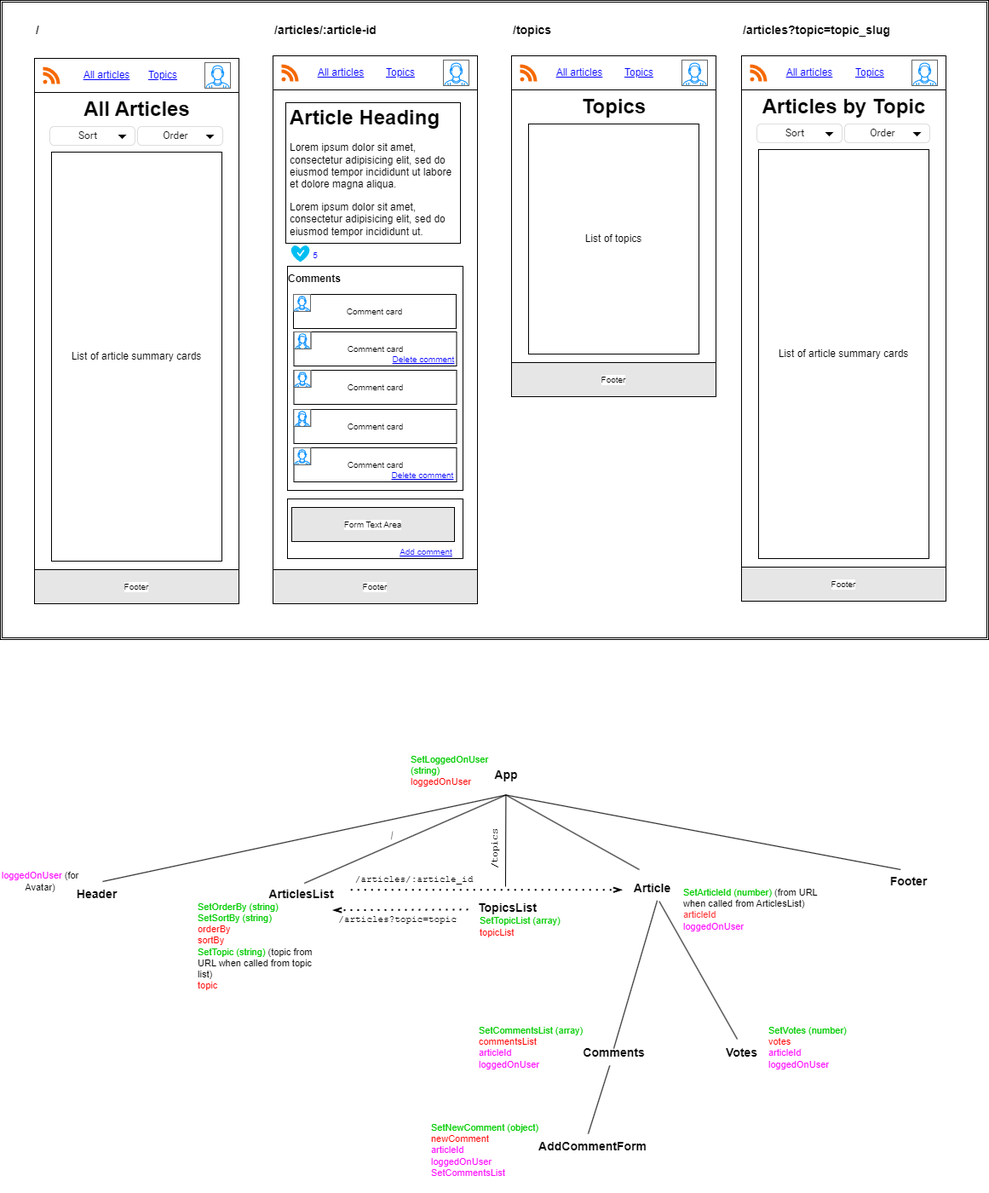
Above: plan.png in marcusyoung/nc-news (draw.io), before the change. Source tidied: cells renumbered, new cells last; positions are measured from the earlier drawing's top-left corner, leaving out a move shared by most shapes.
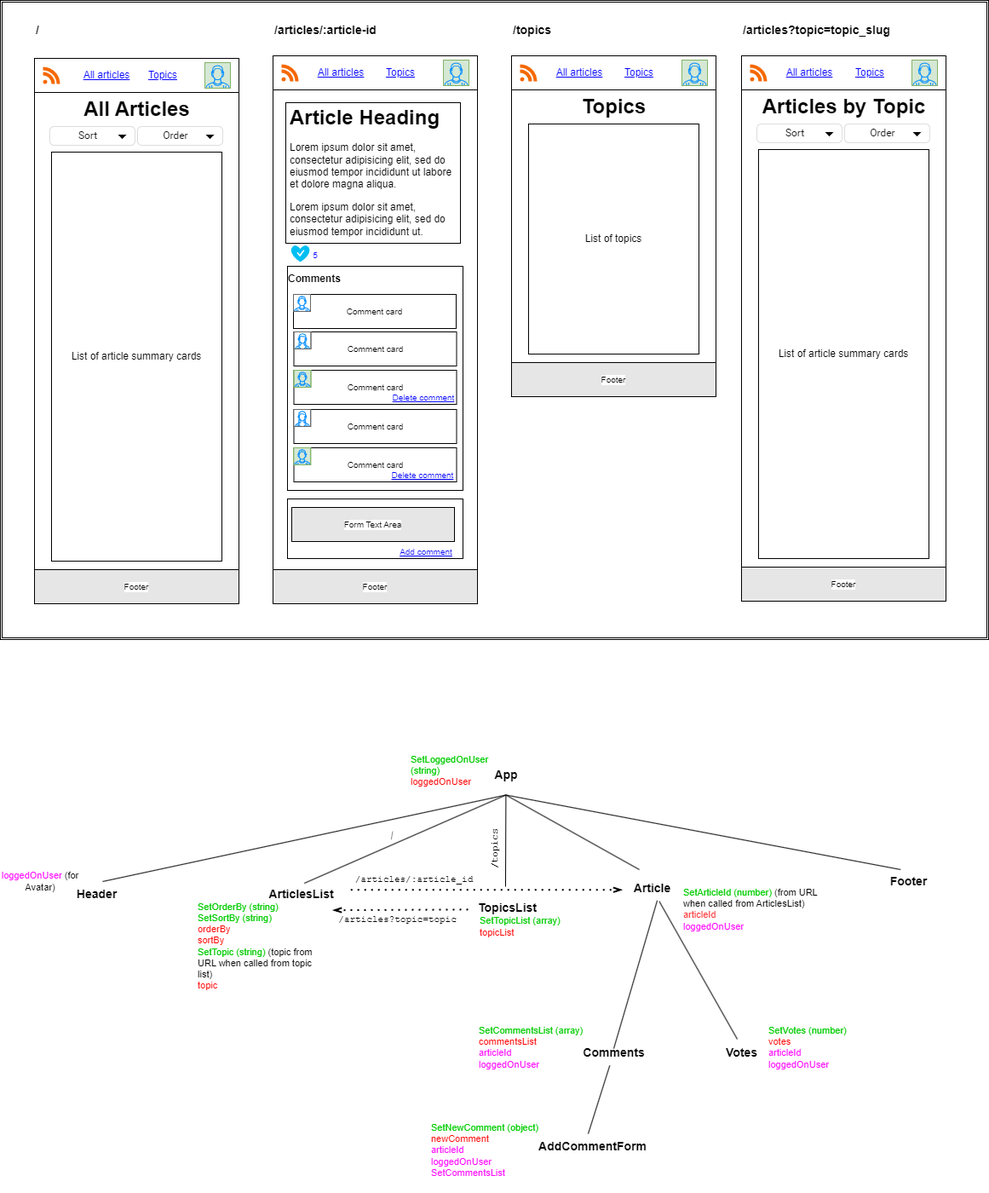
Later version of the same file.

Commit message:
update app plan

The edit, as a diff of the source:
```diff
@@ -26,7 +26,7 @@
     <mxCell id="9" value="All Articles" style="text;strokeColor=none;fillColor=none;html=1;fontSize=24;fontStyle=1;verticalAlign=middle;align=center;" parent="3" vertex="1">
       <mxGeometry x="70" y="40" width="100" height="40" as="geometry" />
     </mxCell>
-    <mxCell id="10" style="verticalLabelPosition=bottom;shadow=0;dashed=0;align=center;html=1;verticalAlign=top;strokeWidth=1;shape=mxgraph.mockup.containers.userMale;strokeColor=#666666;strokeColor2=#008cff;fontColor=#000000;" parent="3" vertex="1">
+    <mxCell id="10" style="verticalLabelPosition=bottom;shadow=0;dashed=0;align=center;html=1;verticalAlign=top;strokeWidth=1;shape=mxgraph.mockup.containers.userMale;strokeColor=#82b366;strokeColor2=#008cff;fillColor=#d5e8d4;" parent="3" vertex="1">
       <mxGeometry x="200" y="5" width="30" height="30" as="geometry" />
     </mxCell>
     <mxCell id="11" value="Footer" style="rounded=0;whiteSpace=wrap;html=1;labelBackgroundColor=default;strokeColor=default;fontSize=10;fontColor=#000000;fillColor=#E6E6E6;" parent="3" vertex="1">
@@ -69,7 +69,7 @@
     <mxCell id="22" value="Topics" style="text;strokeColor=none;fillColor=none;html=1;fontSize=24;fontStyle=1;verticalAlign=middle;align=center;" parent="16" vertex="1">
       <mxGeometry x="70" y="40" width="100" height="40" as="geometry" />
     </mxCell>
-    <mxCell id="23" style="verticalLabelPosition=bottom;shadow=0;dashed=0;align=center;html=1;verticalAlign=top;strokeWidth=1;shape=mxgraph.mockup.containers.userMale;strokeColor=#666666;strokeColor2=#008cff;fontColor=#000000;" parent="16" vertex="1">
+    <mxCell id="23" style="verticalLabelPosition=bottom;shadow=0;dashed=0;align=center;html=1;verticalAlign=top;strokeWidth=1;shape=mxgraph.mockup.containers.userMale;strokeColor=#82b366;strokeColor2=#008cff;fillColor=#d5e8d4;" parent="16" vertex="1">
       <mxGeometry x="200" y="5" width="30" height="30" as="geometry" />
     </mxCell>
     <mxCell id="24" value="Footer" style="rounded=0;whiteSpace=wrap;html=1;labelBackgroundColor=default;strokeColor=default;fontSize=10;fontColor=#000000;fillColor=#E6E6E6;" parent="16" vertex="1">
@@ -102,7 +102,7 @@
     <mxCell id="33" value="Comments" style="text;html=1;strokeColor=none;fillColor=none;align=center;verticalAlign=middle;whiteSpace=wrap;rounded=0;fontColor=#000000;fontStyle=1;" parent="25" vertex="1">
       <mxGeometry x="19" y="247" width="60" height="30" as="geometry" />
     </mxCell>
-    <mxCell id="34" style="verticalLabelPosition=bottom;shadow=0;dashed=0;align=center;html=1;verticalAlign=top;strokeWidth=1;shape=mxgraph.mockup.containers.userMale;strokeColor=#666666;strokeColor2=#008cff;fontColor=#000000;" parent="25" vertex="1">
+    <mxCell id="34" style="verticalLabelPosition=bottom;shadow=0;dashed=0;align=center;html=1;verticalAlign=top;strokeWidth=1;shape=mxgraph.mockup.containers.userMale;strokeColor=#82b366;strokeColor2=#008cff;fillColor=#d5e8d4;" parent="25" vertex="1">
       <mxGeometry x="200" y="5" width="30" height="30" as="geometry" />
     </mxCell>
     <mxCell id="35" style="verticalLabelPosition=bottom;html=1;verticalAlign=top;align=center;strokeColor=none;fillColor=#00BEF2;shape=mxgraph.azure.healthy;labelBackgroundColor=default;fontSize=10;fontColor=#0000FF;" parent="25" vertex="1">
@@ -132,10 +132,10 @@
     <mxCell id="43" value="Footer" style="rounded=0;whiteSpace=wrap;html=1;labelBackgroundColor=default;strokeColor=default;fontSize=10;fontColor=#000000;fillColor=#E6E6E6;" parent="25" vertex="1">
       <mxGeometry y="603" width="240" height="40" as="geometry" />
     </mxCell>
-    <mxCell id="44" style="verticalLabelPosition=bottom;shadow=0;dashed=0;align=center;html=1;verticalAlign=top;strokeWidth=1;shape=mxgraph.mockup.containers.userMale;strokeColor=#666666;strokeColor2=#008cff;fontColor=#000000;" parent="25" vertex="1">
+    <mxCell id="44" style="verticalLabelPosition=bottom;shadow=0;dashed=0;align=center;html=1;verticalAlign=top;strokeWidth=1;shape=mxgraph.mockup.containers.userMale;strokeColor=#82b366;strokeColor2=#008cff;fillColor=#d5e8d4;" parent="25" vertex="1">
       <mxGeometry x="24.5" y="369" width="20" height="20" as="geometry" />
     </mxCell>
-    <mxCell id="45" style="verticalLabelPosition=bottom;shadow=0;dashed=0;align=center;html=1;verticalAlign=top;strokeWidth=1;shape=mxgraph.mockup.containers.userMale;strokeColor=#666666;strokeColor2=#008cff;fontColor=#000000;" parent="25" vertex="1">
+    <mxCell id="45" style="verticalLabelPosition=bottom;shadow=0;dashed=0;align=center;html=1;verticalAlign=top;strokeWidth=1;shape=mxgraph.mockup.containers.userMale;strokeColor=#82b366;strokeColor2=#008cff;fillColor=#d5e8d4;" parent="25" vertex="1">
       <mxGeometry x="24.2" y="460" width="20" height="20" as="geometry" />
     </mxCell>
     <mxCell id="46" style="verticalLabelPosition=bottom;shadow=0;dashed=0;align=center;html=1;verticalAlign=top;strokeWidth=1;shape=mxgraph.mockup.containers.userFemale;strokeColor=#666666;strokeColor2=#008cff;" parent="25" vertex="1">
@@ -144,15 +144,15 @@
     <mxCell id="47" style="verticalLabelPosition=bottom;shadow=0;dashed=0;align=center;html=1;verticalAlign=top;strokeWidth=1;shape=mxgraph.mockup.containers.userFemale;strokeColor=#666666;strokeColor2=#008cff;" parent="25" vertex="1">
       <mxGeometry x="24.2" y="415" width="20" height="20" as="geometry" />
     </mxCell>
+    <mxCell id="50" value="Delete comment" style="text;html=1;strokeColor=none;fillColor=none;align=center;verticalAlign=middle;whiteSpace=wrap;rounded=0;fontColor=#0000FF;fontStyle=4;fontSize=10;" parent="25" vertex="1">
+      <mxGeometry x="132" y="386" width="90" height="30" as="geometry" />
+    </mxCell>
     <mxCell id="48" value="Add comment" style="text;html=1;strokeColor=none;fillColor=none;align=center;verticalAlign=middle;whiteSpace=wrap;rounded=0;fontColor=#0000FF;fontStyle=4;fontSize=10;" parent="1" vertex="1">
       <mxGeometry x="455" y="632" width="90" height="30" as="geometry" />
     </mxCell>
     <mxCell id="49" value="&lt;font color=&quot;#000000&quot; style=&quot;font-size: 10px;&quot;&gt;Comment card&lt;/font&gt;" style="rounded=0;whiteSpace=wrap;html=1;labelBackgroundColor=none;fontColor=#0000FF;" parent="1" vertex="1">
       <mxGeometry x="344" y="345" width="191" height="40" as="geometry" />
     </mxCell>
-    <mxCell id="50" value="Delete comment" style="text;html=1;strokeColor=none;fillColor=none;align=center;verticalAlign=middle;whiteSpace=wrap;rounded=0;fontColor=#0000FF;fontStyle=4;fontSize=10;" parent="1" vertex="1">
-      <mxGeometry x="452" y="406" width="90" height="30" as="geometry" />
-    </mxCell>
     <mxCell id="51" value="&lt;span style=&quot;font-size: 14px;&quot;&gt;/&lt;/span&gt;" style="text;html=1;strokeColor=none;fillColor=none;align=left;verticalAlign=middle;whiteSpace=wrap;rounded=0;labelBackgroundColor=default;fontSize=14;fontColor=#000000;fontStyle=1;" parent="1" vertex="1">
       <mxGeometry x="40" y="20" width="60" height="30" as="geometry" />
     </mxCell>
@@ -186,7 +186,7 @@
     <mxCell id="61" value="Articles by Topic" style="text;strokeColor=none;fillColor=none;html=1;fontSize=24;fontStyle=1;verticalAlign=middle;align=center;" parent="55" vertex="1">
       <mxGeometry x="70" y="40" width="100" height="40" as="geometry" />
     </mxCell>
-    <mxCell id="62" style="verticalLabelPosition=bottom;shadow=0;dashed=0;align=center;html=1;verticalAlign=top;strokeWidth=1;shape=mxgraph.mockup.containers.userMale;strokeColor=#666666;strokeColor2=#008cff;fontColor=#000000;" parent="55" vertex="1">
+    <mxCell id="62" style="verticalLabelPosition=bottom;shadow=0;dashed=0;align=center;html=1;verticalAlign=top;strokeWidth=1;shape=mxgraph.mockup.containers.userMale;strokeColor=#82b366;strokeColor2=#008cff;fillColor=#d5e8d4;" parent="55" vertex="1">
       <mxGeometry x="200" y="5" width="30" height="30" as="geometry" />
     </mxCell>
     <mxCell id="63" value="Footer" style="rounded=0;whiteSpace=wrap;html=1;labelBackgroundColor=default;strokeColor=default;fontSize=10;fontColor=#000000;fillColor=#E6E6E6;" parent="55" vertex="1">
```
